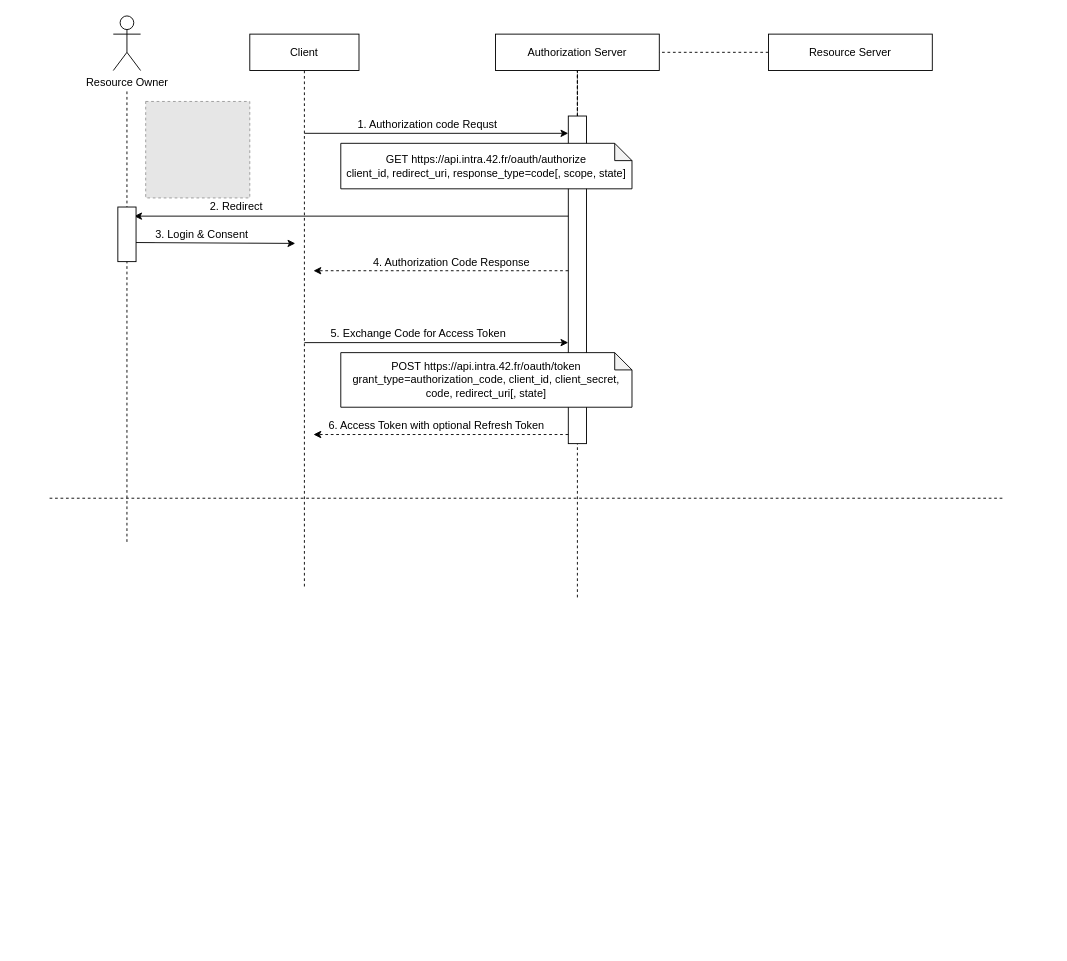
This is page "Auth" (3 of 3) of blueprint.drawio from Architects8080/blueprint, a draw.io file, before an edit. Source tidied: cells renumbered, new cells numbered last; positions are measured from the earlier drawing's top-left corner, leaving out a move shared by most shapes. Both pictures are drawn from the tidied source at 91%, with x=0, y=0 at pixel (49, 15). Pictures stored in the file or linked from it are replaced by grey dashed boxes.
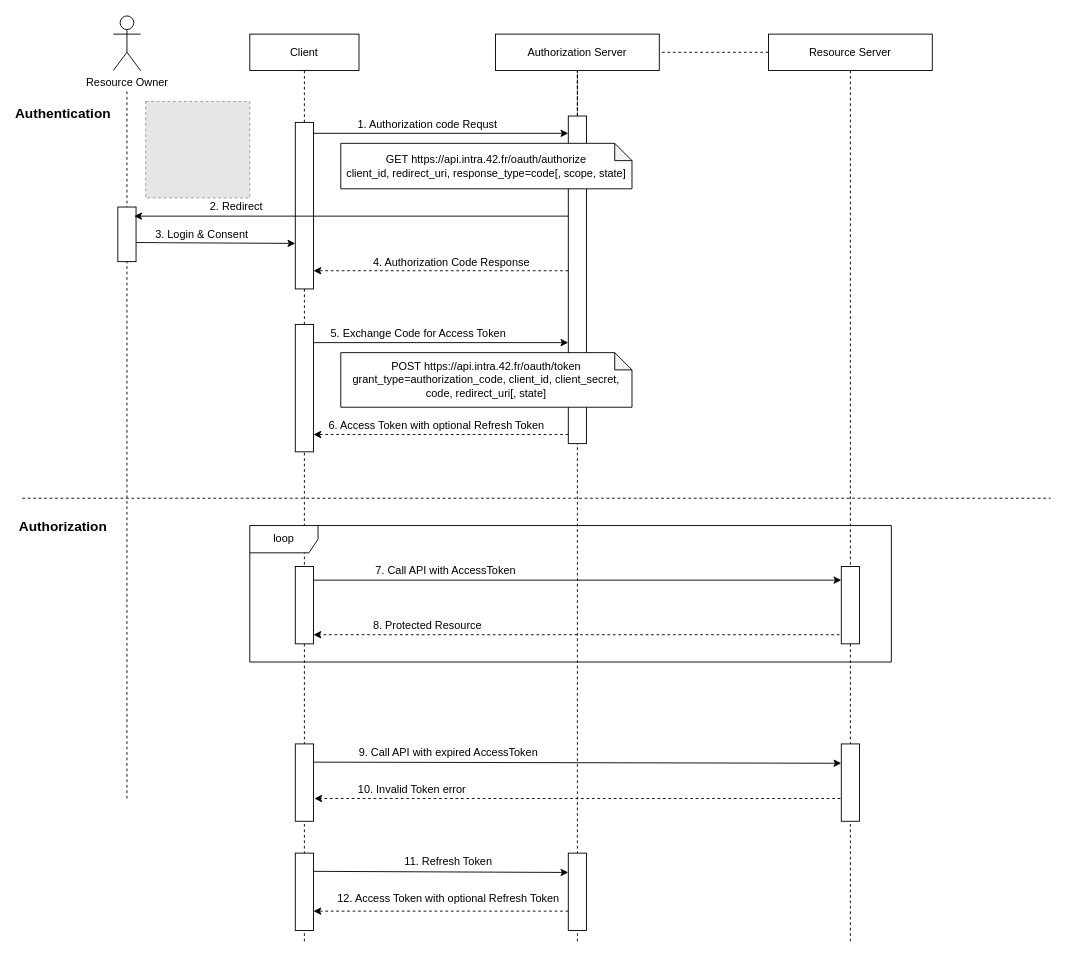
Above is the later version.

Commit message:
add authorization logic

The change refers to these unchanged cells:
```xml
<mxCell id="8" value="Client" style="rounded=0;whiteSpace=wrap;html=1;" parent="1" vertex="1">
  <mxGeometry x="220" y="20" width="120" height="40" as="geometry" />
</mxCell>
<mxCell id="10" value="Resource Server" style="rounded=0;whiteSpace=wrap;html=1;" parent="1" vertex="1">
  <mxGeometry x="790" y="20" width="180" height="40" as="geometry" />
</mxCell>
<mxCell id="11" value="Authorization Server" style="rounded=0;whiteSpace=wrap;html=1;" parent="1" vertex="1">
  <mxGeometry x="490" y="20" width="180" height="40" as="geometry" />
</mxCell>
```

The edit, as a diff of the source:
```diff
@@
     <mxCell id="2" style="edgeStyle=orthogonalEdgeStyle;rounded=0;jettySize=auto;html=1;endArrow=none;endFill=0;dashed=1;" parent="1" edge="1" source="11">
       <mxGeometry relative="1" as="geometry">
-        <mxPoint x="580" y="640" as="targetPoint" />
+        <mxPoint x="580" y="1020" as="targetPoint" />
       </mxGeometry>
     </mxCell>
@@
     <mxCell id="5" style="edgeStyle=orthogonalEdgeStyle;rounded=0;orthogonalLoop=1;jettySize=auto;html=1;endArrow=none;endFill=0;dashed=1;" parent="1" edge="1">
       <mxGeometry relative="1" as="geometry">
         <mxPoint x="85" y="83" as="sourcePoint" />
-        <mxPoint x="85" y="580" as="targetPoint" />
+        <mxPoint x="85" y="860" as="targetPoint" />
       </mxGeometry>
     </mxCell>
@@
     <mxCell id="7" style="edgeStyle=orthogonalEdgeStyle;rounded=0;jettySize=auto;html=1;endArrow=none;endFill=0;dashed=1;" parent="1" edge="1" source="8">
       <mxGeometry relative="1" as="geometry">
-        <mxPoint x="280" y="630" as="targetPoint" />
+        <mxPoint x="280" y="1020" as="targetPoint" />
       </mxGeometry>
     </mxCell>
@@
+    <mxCell id="29" style="edgeStyle=orthogonalEdgeStyle;rounded=0;jettySize=auto;html=1;dashed=1;fontSize=12;endArrow=none;endFill=0;" parent="1" edge="1" source="10">
+      <mxGeometry relative="1" as="geometry">
+        <mxPoint x="880" y="1020" as="targetPoint" />
+      </mxGeometry>
+    </mxCell>
@@
     <mxCell id="26" style="endArrow=none;dashed=1;html=1;fontSize=12;" parent="1" edge="1">
       <mxGeometry relative="1" as="geometry">
-        <mxPoint y="530" as="sourcePoint" />
-        <mxPoint x="1050" y="530" as="targetPoint" />
+        <mxPoint x="-30" y="530" as="sourcePoint" />
+        <mxPoint x="1100" y="530" as="targetPoint" />
       </mxGeometry>
     </mxCell>
+    <mxCell id="28" style="rounded=0;whiteSpace=wrap;html=1;fontSize=12;" parent="1" vertex="1">
+      <mxGeometry x="75" y="210" width="20" height="60" as="geometry" />
+    </mxCell>
+    <mxCell id="30" style="rounded=0;whiteSpace=wrap;html=1;fontSize=12;" parent="1" vertex="1">
+      <mxGeometry x="270" y="117" width="20" height="183" as="geometry" />
+    </mxCell>
+    <mxCell id="31" style="rounded=0;whiteSpace=wrap;html=1;fontSize=12;" parent="1" vertex="1">
+      <mxGeometry x="270" y="339" width="20" height="140" as="geometry" />
+    </mxCell>
@@
-    <mxCell id="28" style="rounded=0;whiteSpace=wrap;html=1;fontSize=12;" parent="1" vertex="1">
-      <mxGeometry x="75" y="210" width="20" height="60" as="geometry" />
-    </mxCell>
+    <mxCell id="32" value="loop" style="shape=umlFrame;whiteSpace=wrap;html=1;fontSize=12;width=75;height=30;" parent="1" vertex="1">
+      <mxGeometry x="220" y="560" width="705" height="150" as="geometry" />
+    </mxCell>
+    <mxCell id="33" style="endArrow=classic;html=1;fontSize=12;" parent="1" edge="1">
+      <mxGeometry relative="1" as="geometry">
+        <mxPoint x="280" y="620" as="sourcePoint" />
+        <mxPoint x="870" y="620" as="targetPoint" />
+      </mxGeometry>
+    </mxCell>
+    <mxCell id="34" value="7. Call API with AccessToken" style="text;html=1;align=center;verticalAlign=middle;strokeColor=none;fontSize=12;" parent="1" vertex="1">
+      <mxGeometry x="350" y="600" width="170" height="20" as="geometry" />
+    </mxCell>
+    <mxCell id="35" style="endArrow=classic;html=1;fontSize=12;dashed=1;" parent="1" edge="1">
+      <mxGeometry relative="1" as="geometry">
+        <mxPoint x="880" y="680" as="sourcePoint" />
+        <mxPoint x="290" y="680" as="targetPoint" />
+      </mxGeometry>
+    </mxCell>
+    <mxCell id="36" value="8. Protected Resource" style="text;html=1;align=center;verticalAlign=middle;strokeColor=none;fontSize=12;" parent="1" vertex="1">
+      <mxGeometry x="350" y="660" width="130" height="20" as="geometry" />
+    </mxCell>
+    <mxCell id="37" style="rounded=0;whiteSpace=wrap;html=1;fontSize=12;" parent="1" vertex="1">
+      <mxGeometry x="270" y="605" width="20" height="85" as="geometry" />
+    </mxCell>
+    <mxCell id="38" style="rounded=0;whiteSpace=wrap;html=1;fontSize=12;" parent="1" vertex="1">
+      <mxGeometry x="870" y="605" width="20" height="85" as="geometry" />
+    </mxCell>
+    <mxCell id="39" value="9. Call API with expired AccessToken" style="text;html=1;align=center;verticalAlign=middle;strokeColor=none;fontSize=12;" parent="1" vertex="1">
+      <mxGeometry x="333" y="800" width="210" height="20" as="geometry" />
+    </mxCell>
+    <mxCell id="40" style="endArrow=classic;html=1;fontSize=12;entryX=0;entryY=0.25;entryDx=0;entryDy=0;" parent="1" edge="1" target="44">
+      <mxGeometry relative="1" as="geometry">
+        <mxPoint x="283" y="820" as="sourcePoint" />
+      </mxGeometry>
+    </mxCell>
+    <mxCell id="41" style="endArrow=classic;html=1;fontSize=12;dashed=1;" parent="1" edge="1">
+      <mxGeometry relative="1" as="geometry">
+        <mxPoint x="875" y="860" as="sourcePoint" />
+        <mxPoint x="291" y="860" as="targetPoint" />
+      </mxGeometry>
+    </mxCell>
+    <mxCell id="42" value="10. Invalid Token error" style="text;html=1;align=center;verticalAlign=middle;strokeColor=none;fontSize=12;" parent="1" vertex="1">
+      <mxGeometry x="333" y="840" width="130" height="20" as="geometry" />
+    </mxCell>
+    <mxCell id="43" style="rounded=0;whiteSpace=wrap;html=1;fontSize=12;" parent="1" vertex="1">
+      <mxGeometry x="270" y="800" width="20" height="85" as="geometry" />
+    </mxCell>
+    <mxCell id="44" style="rounded=0;whiteSpace=wrap;html=1;fontSize=12;" parent="1" vertex="1">
+      <mxGeometry x="870" y="800" width="20" height="85" as="geometry" />
+    </mxCell>
+    <mxCell id="45" value="11. Refresh Token" style="text;html=1;align=center;verticalAlign=middle;strokeColor=none;fontSize=12;" parent="1" vertex="1">
+      <mxGeometry x="383" y="920" width="110" height="20" as="geometry" />
+    </mxCell>
+    <mxCell id="46" style="endArrow=classic;html=1;fontSize=12;entryX=0;entryY=0.25;entryDx=0;entryDy=0;" parent="1" edge="1" target="50">
+      <mxGeometry relative="1" as="geometry">
+        <mxPoint x="283" y="940" as="sourcePoint" />
+      </mxGeometry>
+    </mxCell>
+    <mxCell id="47" style="endArrow=classic;html=1;fontSize=12;dashed=1;exitX=0;exitY=0.75;exitDx=0;exitDy=0;entryX=1;entryY=0.75;entryDx=0;entryDy=0;" parent="1" edge="1" source="50" target="49">
+      <mxGeometry relative="1" as="geometry" />
+    </mxCell>
+    <mxCell id="48" value="12. Access Token with optional Refresh Token" style="text;html=1;align=center;verticalAlign=middle;strokeColor=none;fontSize=12;" parent="1" vertex="1">
+      <mxGeometry x="308" y="960" width="260" height="20" as="geometry" />
+    </mxCell>
+    <mxCell id="49" style="rounded=0;whiteSpace=wrap;html=1;fontSize=12;" parent="1" vertex="1">
+      <mxGeometry x="270" y="920" width="20" height="85" as="geometry" />
+    </mxCell>
+    <mxCell id="50" style="rounded=0;whiteSpace=wrap;html=1;fontSize=12;" parent="1" vertex="1">
+      <mxGeometry x="570" y="920" width="20" height="85" as="geometry" />
+    </mxCell>
+    <mxCell id="51" value="Authentication" style="text;html=1;strokeColor=none;fillColor=none;align=center;verticalAlign=middle;whiteSpace=wrap;rounded=0;fontSize=15;fontStyle=1;" parent="1" vertex="1">
+      <mxGeometry x="-20" y="97" width="70" height="20" as="geometry" />
+    </mxCell>
+    <mxCell id="52" value="Authorization" style="text;html=1;strokeColor=none;fillColor=none;align=center;verticalAlign=middle;whiteSpace=wrap;rounded=0;fontSize=15;fontStyle=1;" parent="1" vertex="1">
+      <mxGeometry x="-20" y="550" width="70" height="20" as="geometry" />
+    </mxCell>
```
